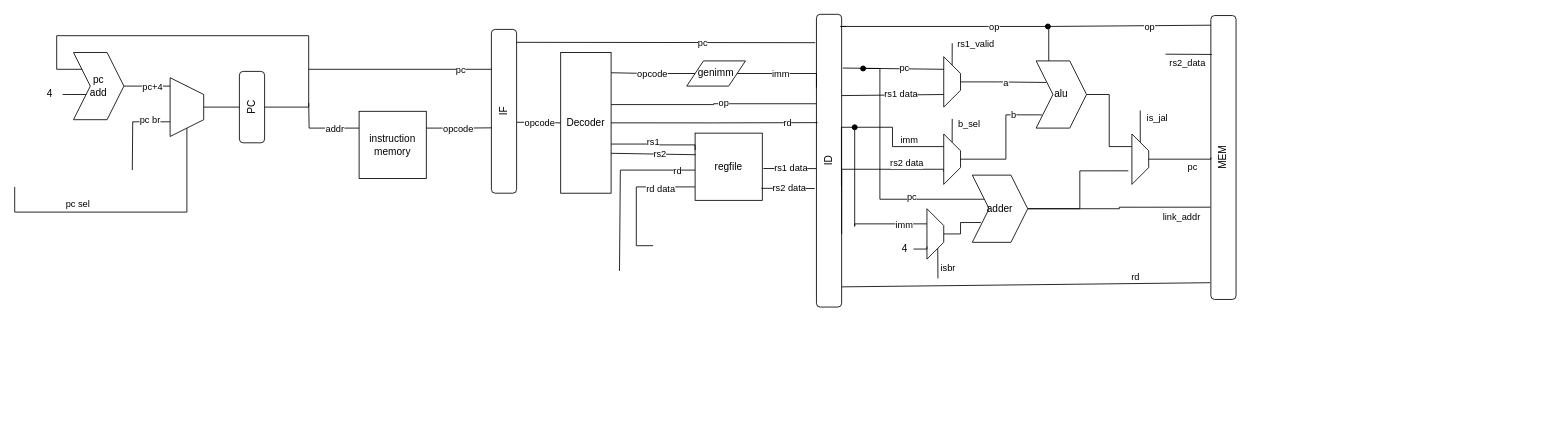
Above: pipeline.drawio in tomhaber/rvcpu (draw.io), before the change. Source tidied: cells renumbered, new cells numbered last; positions are measured from the earlier drawing's top-left corner, leaving out a move shared by most shapes. Both pictures are drawn from the tidied source at 84%, with x=0, y=0 at pixel (14, 26).
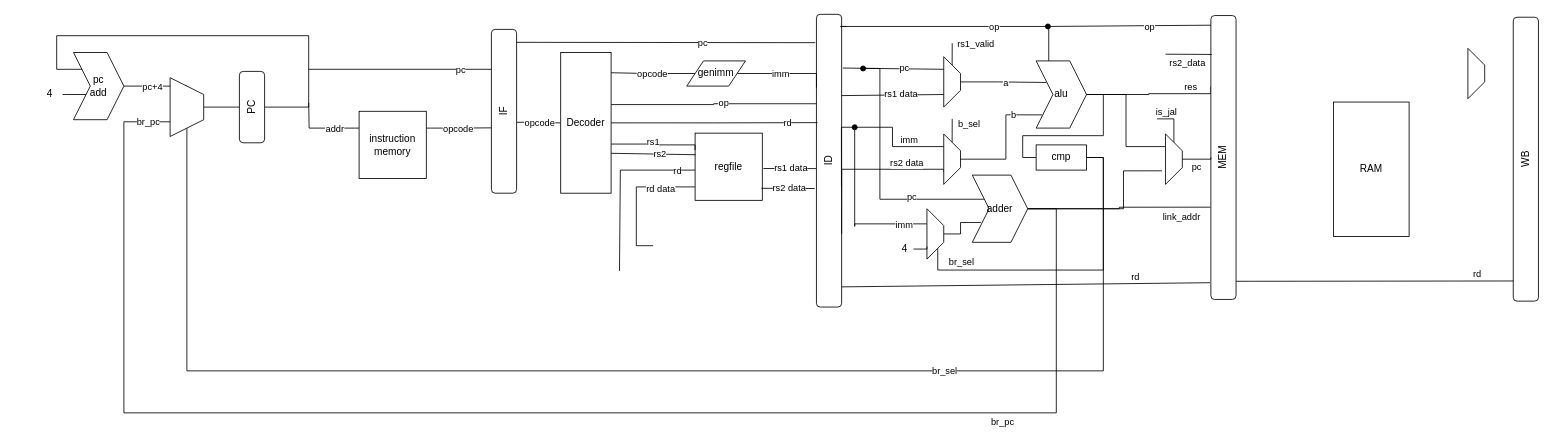
Above is the later version.

Unchanged cells that the change refers to:
```xml
<mxCell id="14" style="shape=trapezoid;perimeter=trapezoidPerimeter;whiteSpace=wrap;html=1;fixedSize=1;rotation=90;" parent="1" vertex="1">
  <mxGeometry x="170" y="76" width="70" height="40" as="geometry" />
</mxCell>
<mxCell id="62" value="alu" style="shape=step;perimeter=stepPerimeter;whiteSpace=wrap;html=1;fixedSize=1;" parent="1" vertex="1">
  <mxGeometry x="1216" y="41" width="60" height="80" as="geometry" />
</mxCell>
<mxCell id="75" style="shape=trapezoid;perimeter=trapezoidPerimeter;whiteSpace=wrap;html=1;fixedSize=1;rotation=90;" parent="1" vertex="1">
  <mxGeometry x="1066" y="237" width="60" height="20" as="geometry" />
</mxCell>
<mxCell id="82" value="adder" style="shape=step;perimeter=stepPerimeter;whiteSpace=wrap;html=1;fixedSize=1;" parent="1" vertex="1">
  <mxGeometry x="1140" y="177" width="66" height="80" as="geometry" />
</mxCell>
<mxCell id="88" value="MEM" style="rounded=1;whiteSpace=wrap;html=1;rotation=-90;" parent="1" vertex="1">
  <mxGeometry x="1270" y="141" width="338" height="30" as="geometry" />
</mxCell>
<mxCell id="91" style="edgeStyle=orthogonalEdgeStyle;rounded=0;jettySize=auto;html=1;exitX=0.5;exitY=0;exitDx=0;exitDy=0;entryX=0.5;entryY=0;entryDx=0;entryDy=0;endArrow=none;endFill=0;" parent="1" edge="1" source="86" target="88">
  <mxGeometry relative="1" as="geometry">
    <Array as="points">
      <mxPoint x="1424" y="158" />
    </Array>
  </mxGeometry>
</mxCell>
```

Change to the diagram source:
```diff
@@
-    <mxCell id="10" style="edgeStyle=orthogonalEdgeStyle;rounded=0;jettySize=auto;html=1;exitX=1;exitY=0.5;exitDx=0;exitDy=0;endArrow=none;endFill=0;" parent="1" edge="1" source="14">
-      <mxGeometry relative="1" as="geometry">
-        <mxPoint y="191" as="targetPoint" />
-        <Array as="points">
-          <mxPoint x="205" y="221" />
-          <mxPoint y="221" />
-        </Array>
-      </mxGeometry>
-    </mxCell>
-    <mxCell id="11" value="pc sel" style="edgeLabel;html=1;align=center;verticalAlign=middle;" parent="10" vertex="1">
-      <mxGeometry x="0.54" y="-2" relative="1" as="geometry">
-        <mxPoint x="27" y="-8" as="offset" />
-      </mxGeometry>
-    </mxCell>
-    <mxCell id="12" style="edgeStyle=orthogonalEdgeStyle;rounded=0;jettySize=auto;html=1;exitX=0.75;exitY=1;exitDx=0;exitDy=0;endArrow=none;endFill=0;startArrow=none;startFill=0;" parent="1" edge="1" source="14">
-      <mxGeometry relative="1" as="geometry">
-        <mxPoint x="140" y="171" as="targetPoint" />
-      </mxGeometry>
-    </mxCell>
-    <mxCell id="13" value="pc br" style="edgeLabel;html=1;align=center;verticalAlign=middle;" parent="12" vertex="1">
-      <mxGeometry x="-0.33" y="1" relative="1" as="geometry">
-        <mxPoint x="9" y="-4" as="offset" />
-      </mxGeometry>
-    </mxCell>
+    <mxCell id="99" style="edgeStyle=orthogonalEdgeStyle;rounded=0;jettySize=auto;html=1;exitX=1;exitY=0.5;exitDx=0;exitDy=0;entryX=1;entryY=0.5;entryDx=0;entryDy=0;endArrow=none;endFill=0;" parent="1" edge="1" source="14" target="109">
+      <mxGeometry relative="1" as="geometry">
+        <Array as="points">
+          <mxPoint x="205" y="410" />
+          <mxPoint x="1296" y="410" />
+          <mxPoint x="1296" y="156" />
+        </Array>
+      </mxGeometry>
+    </mxCell>
+    <mxCell id="100" value="br_sel" style="edgeLabel;html=1;align=center;verticalAlign=middle;" parent="99" vertex="1">
+      <mxGeometry x="0.44" y="1" relative="1" as="geometry">
+        <mxPoint x="-1" as="offset" />
+      </mxGeometry>
+    </mxCell>
@@
+    <mxCell id="101" style="edgeStyle=orthogonalEdgeStyle;rounded=0;jettySize=auto;html=1;exitX=1;exitY=0.5;exitDx=0;exitDy=0;entryX=0;entryY=0.5;entryDx=0;entryDy=0;endArrow=none;endFill=0;" parent="1" edge="1" source="62" target="109">
+      <mxGeometry relative="1" as="geometry">
+        <Array as="points">
+          <mxPoint x="1296" y="81" />
+          <mxPoint x="1296" y="130" />
+          <mxPoint x="1200" y="130" />
+          <mxPoint x="1200" y="156" />
+        </Array>
+      </mxGeometry>
+    </mxCell>
@@
-    <mxCell id="73" style="edgeStyle=orthogonalEdgeStyle;rounded=0;jettySize=auto;html=1;exitX=1;exitY=0.25;exitDx=0;exitDy=0;endArrow=none;endFill=0;" parent="1" edge="1" source="75">
+    <mxCell id="73" style="edgeStyle=orthogonalEdgeStyle;rounded=0;jettySize=auto;html=1;exitX=1;exitY=0.25;exitDx=0;exitDy=0;endArrow=none;endFill=0;entryX=1;entryY=0.5;entryDx=0;entryDy=0;" parent="1" edge="1" source="75" target="109">
       <mxGeometry relative="1" as="geometry">
-        <mxPoint x="1099.1" y="300" as="targetPoint" />
+        <Array as="points">
+          <mxPoint x="1099" y="290" />
+          <mxPoint x="1296" y="290" />
+          <mxPoint x="1296" y="156" />
+        </Array>
       </mxGeometry>
     </mxCell>
-    <mxCell id="74" value="isbr" style="edgeLabel;html=1;align=center;verticalAlign=middle;" parent="73" vertex="1">
+    <mxCell id="74" value="br_sel" style="edgeLabel;html=1;align=center;verticalAlign=middle;" parent="73" vertex="1">
       <mxGeometry x="0.05" y="2" relative="1" as="geometry">
-        <mxPoint x="10" y="4" as="offset" />
+        <mxPoint x="-145" y="-8" as="offset" />
       </mxGeometry>
     </mxCell>
@@
     <mxCell id="84" style="edgeStyle=orthogonalEdgeStyle;rounded=0;jettySize=auto;html=1;exitX=0;exitY=0.5;exitDx=0;exitDy=0;endArrow=none;endFill=0;" parent="1" edge="1" source="86">
       <mxGeometry relative="1" as="geometry">
-        <mxPoint x="1339.9" y="100" as="targetPoint" />
+        <mxPoint x="1360" y="110" as="targetPoint" />
+        <Array as="points">
+          <mxPoint x="1380" y="110" />
+        </Array>
       </mxGeometry>
     </mxCell>
     <mxCell id="85" value="is_jal" style="edgeLabel;html=1;align=center;verticalAlign=middle;" parent="84" vertex="1">
       <mxGeometry x="-0.06" y="-4" relative="1" as="geometry">
-        <mxPoint x="16" y="-11" as="offset" />
+        <mxPoint x="-14" y="-14" as="offset" />
       </mxGeometry>
     </mxCell>
     <mxCell id="86" style="shape=trapezoid;perimeter=trapezoidPerimeter;whiteSpace=wrap;html=1;fixedSize=1;rotation=90;" parent="1" vertex="1">
-      <mxGeometry x="1310" y="148" width="60" height="20" as="geometry" />
+      <mxGeometry x="1350" y="148" width="60" height="20" as="geometry" />
     </mxCell>
     <mxCell id="87" style="edgeStyle=orthogonalEdgeStyle;rounded=0;jettySize=auto;html=1;exitX=1;exitY=0.5;exitDx=0;exitDy=0;entryX=0.731;entryY=1.211;entryDx=0;entryDy=0;entryPerimeter=0;endArrow=none;endFill=0;" parent="1" edge="1" source="82" target="86">
-      <mxGeometry relative="1" as="geometry" />
+      <mxGeometry relative="1" as="geometry">
+        <Array as="points">
+          <mxPoint x="1320" y="217" />
+          <mxPoint x="1320" y="172" />
+        </Array>
+      </mxGeometry>
     </mxCell>
+    <mxCell id="102" style="edgeStyle=orthogonalEdgeStyle;rounded=0;jettySize=auto;html=1;exitX=0.75;exitY=0;exitDx=0;exitDy=0;entryX=1;entryY=0.5;entryDx=0;entryDy=0;endArrow=none;endFill=0;" parent="1" edge="1" source="88" target="62">
+      <mxGeometry relative="1" as="geometry">
+        <Array as="points">
+          <mxPoint x="1424" y="80" />
+          <mxPoint x="1350" y="80" />
+        </Array>
+      </mxGeometry>
+    </mxCell>
+    <mxCell id="103" value="res" style="edgeLabel;html=1;align=center;verticalAlign=middle;" parent="102" vertex="1">
+      <mxGeometry x="-0.19" relative="1" as="geometry">
+        <mxPoint x="31" y="-9" as="offset" />
+      </mxGeometry>
+    </mxCell>
@@
     <mxCell id="92" value="pc" style="edgeLabel;html=1;align=center;verticalAlign=middle;" parent="91" vertex="1">
       <mxGeometry x="0.34" y="-3" relative="1" as="geometry">
-        <mxPoint y="5" as="offset" />
+        <mxPoint x="-8" y="5" as="offset" />
       </mxGeometry>
     </mxCell>
@@
+    <mxCell id="104" value="WB" style="rounded=1;whiteSpace=wrap;html=1;rotation=-90;" parent="1" vertex="1">
+      <mxGeometry x="1630" y="143" width="338" height="30" as="geometry" />
+    </mxCell>
+    <mxCell id="105" value="RAM" style="rounded=0;whiteSpace=wrap;html=1;" parent="1" vertex="1">
+      <mxGeometry x="1570" y="90" width="90" height="160" as="geometry" />
+    </mxCell>
+    <mxCell id="106" style="shape=trapezoid;perimeter=trapezoidPerimeter;whiteSpace=wrap;html=1;fixedSize=1;rotation=90;" parent="1" vertex="1">
+      <mxGeometry x="1710" y="46" width="60" height="20" as="geometry" />
+    </mxCell>
+    <mxCell id="107" style="endArrow=none;html=1;rounded=0;entryX=0.071;entryY=0.004;entryDx=0;entryDy=0;entryPerimeter=0;exitX=0.064;exitY=1.004;exitDx=0;exitDy=0;exitPerimeter=0;" parent="1" edge="1" source="88" target="104">
+      <mxGeometry relative="1" as="geometry" />
+    </mxCell>
+    <mxCell id="108" value="rd" style="edgeLabel;html=1;align=center;verticalAlign=middle;" parent="107" vertex="1">
+      <mxGeometry x="0.12" y="-4" relative="1" as="geometry">
+        <mxPoint x="101" y="-13" as="offset" />
+      </mxGeometry>
+    </mxCell>
+    <mxCell id="109" value="cmp" style="rounded=0;whiteSpace=wrap;html=1;" parent="1" vertex="1">
+      <mxGeometry x="1216" y="141" width="60" height="30" as="geometry" />
+    </mxCell>
+    <mxCell id="110" style="edgeStyle=orthogonalEdgeStyle;rounded=0;jettySize=auto;html=1;exitX=0.75;exitY=1;exitDx=0;exitDy=0;entryX=1;entryY=0.5;entryDx=0;entryDy=0;endArrow=none;endFill=0;" parent="1" edge="1" source="14" target="82">
+      <mxGeometry relative="1" as="geometry">
+        <Array as="points">
+          <mxPoint x="130" y="114" />
+          <mxPoint x="130" y="460" />
+          <mxPoint x="1240" y="460" />
+          <mxPoint x="1240" y="217" />
+        </Array>
+      </mxGeometry>
+    </mxCell>
+    <mxCell id="111" value="br_pc" style="edgeLabel;html=1;align=center;verticalAlign=middle;" parent="110" vertex="1">
+      <mxGeometry x="-0.09" y="-3" relative="1" as="geometry">
+        <mxPoint x="633" y="7" as="offset" />
+      </mxGeometry>
+    </mxCell>
+    <mxCell id="112" value="br_pc" style="edgeLabel;html=1;align=center;verticalAlign=middle;" parent="110" vertex="1">
+      <mxGeometry x="-0.97" y="2" relative="1" as="geometry">
+        <mxPoint y="-2" as="offset" />
+      </mxGeometry>
+    </mxCell>
```
